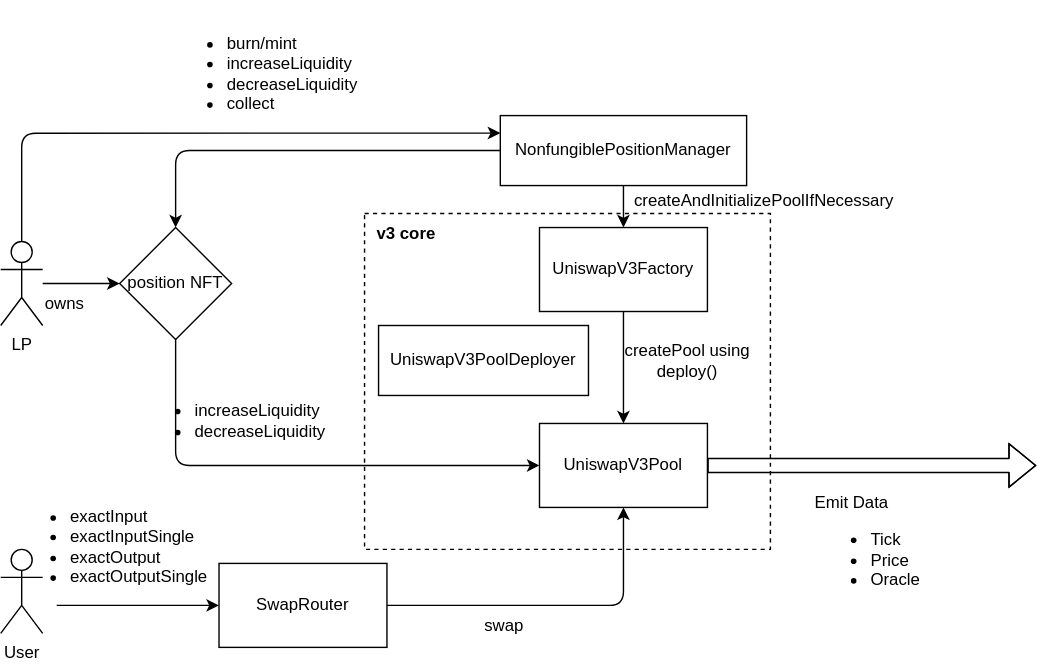
The draw.io diagram uniswap/uniswap.drawio.svg in oliversinan/web3-architecture, before a commit. Source tidied: cells renumbered, new cells last; positions are measured from the earlier drawing's top-left corner, leaving out a move shared by most shapes.
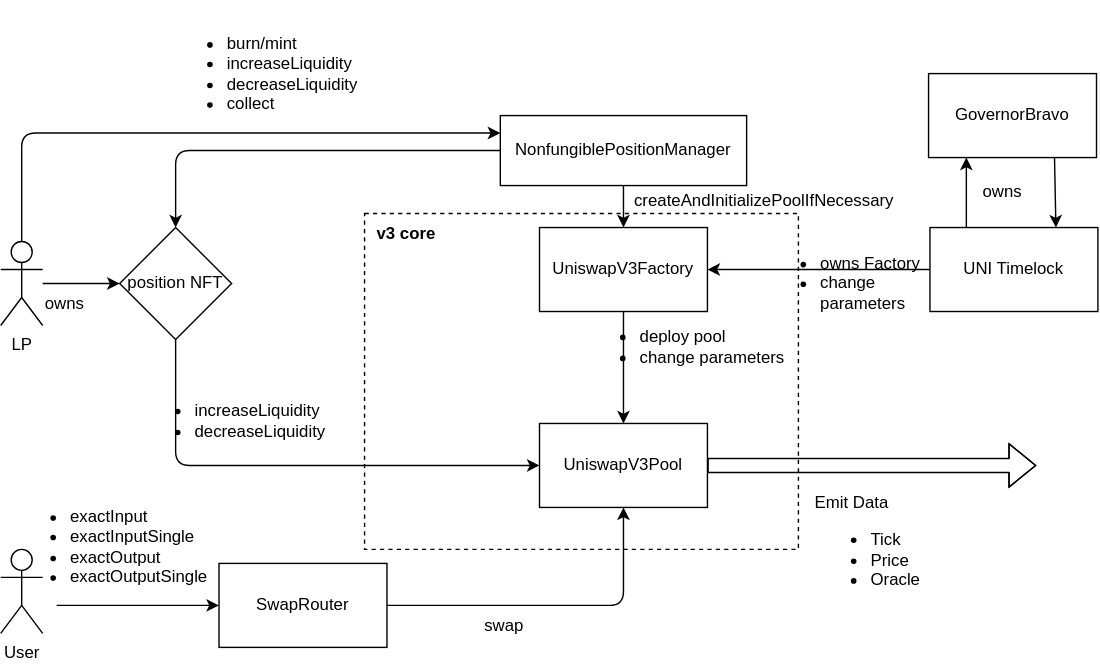
After the change.

Commit message:
Added UNI governance

Change to the diagram source:
```diff
@@ -3,7 +3,7 @@
     <mxCell id="0" />
     <mxCell id="1" parent="0" />
     <mxCell id="2" style="rounded=0;whiteSpace=wrap;html=1;dashed=1;" parent="1" vertex="1">
-      <mxGeometry x="260" y="150" width="290" height="240" as="geometry" />
+      <mxGeometry x="260" y="150" width="310" height="240" as="geometry" />
     </mxCell>
     <mxCell id="3" style="edgeStyle=orthogonalEdgeStyle;html=1;entryX=0;entryY=0.5;entryDx=0;entryDy=0;" parent="1" edge="1" source="5" target="18">
       <mxGeometry relative="1" as="geometry">
@@ -43,11 +43,8 @@
     <mxCell id="13" value="NonfungiblePositionManager" style="rounded=0;whiteSpace=wrap;html=1;" parent="1" vertex="1">
       <mxGeometry x="357" y="80" width="176" height="50" as="geometry" />
     </mxCell>
-    <mxCell id="14" value="UniswapV3PoolDeployer" style="rounded=0;whiteSpace=wrap;html=1;" parent="1" vertex="1">
-      <mxGeometry x="270" y="230" width="150" height="50" as="geometry" />
-    </mxCell>
-    <mxCell id="15" value="createPool using deploy()" style="text;html=1;strokeColor=none;fillColor=none;align=center;verticalAlign=middle;whiteSpace=wrap;rounded=0;dashed=1;" parent="1" vertex="1">
-      <mxGeometry x="436" y="240" width="110" height="30" as="geometry" />
+    <mxCell id="15" value="&lt;ul&gt;&lt;li&gt;deploy pool&lt;/li&gt;&lt;li&gt;change parameters&lt;/li&gt;&lt;/ul&gt;" style="text;html=1;strokeColor=none;fillColor=none;align=left;verticalAlign=middle;whiteSpace=wrap;rounded=0;dashed=1;" parent="1" vertex="1">
+      <mxGeometry x="415" y="230" width="157" height="30" as="geometry" />
     </mxCell>
     <mxCell id="16" value="&lt;span&gt;createAndInitializePoolIfNecessary&lt;/span&gt;" style="text;html=1;strokeColor=none;fillColor=none;align=left;verticalAlign=middle;whiteSpace=wrap;rounded=0;dashed=1;" parent="1" vertex="1">
       <mxGeometry x="451" y="126" width="110" height="30" as="geometry" />
@@ -99,5 +96,29 @@
     <mxCell id="28" value="&lt;ul&gt;&lt;li&gt;increaseLiquidity&lt;/li&gt;&lt;li&gt;decreaseLiquidity&lt;/li&gt;&lt;/ul&gt;" style="text;html=1;strokeColor=none;fillColor=none;align=left;verticalAlign=middle;whiteSpace=wrap;rounded=0;dashed=1;" parent="1" vertex="1">
       <mxGeometry x="97" y="248" width="125" height="100" as="geometry" />
     </mxCell>
+    <mxCell id="29" style="edgeStyle=none;html=1;entryX=1;entryY=0.5;entryDx=0;entryDy=0;" parent="1" edge="1" source="31" target="7">
+      <mxGeometry relative="1" as="geometry" />
+    </mxCell>
+    <mxCell id="30" style="edgeStyle=none;html=1;exitX=0.5;exitY=0;exitDx=0;exitDy=0;entryX=0.5;entryY=1;entryDx=0;entryDy=0;" parent="1" edge="1">
+      <mxGeometry relative="1" as="geometry">
+        <mxPoint x="690" y="160" as="sourcePoint" />
+        <mxPoint x="690" y="110" as="targetPoint" />
+      </mxGeometry>
+    </mxCell>
+    <mxCell id="31" value="UNI Timelock" style="rounded=0;whiteSpace=wrap;html=1;" parent="1" vertex="1">
+      <mxGeometry x="664" y="160" width="120" height="60" as="geometry" />
+    </mxCell>
+    <mxCell id="32" value="&lt;ul&gt;&lt;li&gt;owns Factory&lt;/li&gt;&lt;li&gt;change parameters&lt;/li&gt;&lt;/ul&gt;" style="text;html=1;strokeColor=none;fillColor=none;align=left;verticalAlign=middle;whiteSpace=wrap;rounded=0;dashed=1;" parent="1" vertex="1">
+      <mxGeometry x="544" y="190" width="120" height="20" as="geometry" />
+    </mxCell>
+    <mxCell id="33" style="edgeStyle=none;html=1;exitX=0.75;exitY=1;exitDx=0;exitDy=0;entryX=0.75;entryY=0;entryDx=0;entryDy=0;" parent="1" edge="1" source="34" target="31">
+      <mxGeometry relative="1" as="geometry" />
+    </mxCell>
+    <mxCell id="34" value="GovernorBravo" style="rounded=0;whiteSpace=wrap;html=1;" parent="1" vertex="1">
+      <mxGeometry x="663" y="50" width="120" height="60" as="geometry" />
+    </mxCell>
+    <mxCell id="35" value="&lt;div&gt;owns&lt;/div&gt;" style="text;html=1;strokeColor=none;fillColor=none;align=left;verticalAlign=middle;whiteSpace=wrap;rounded=0;dashed=1;" parent="1" vertex="1">
+      <mxGeometry x="700" y="120" width="60" height="30" as="geometry" />
+    </mxCell>
   </root>
 </mxGraphModel>
```
